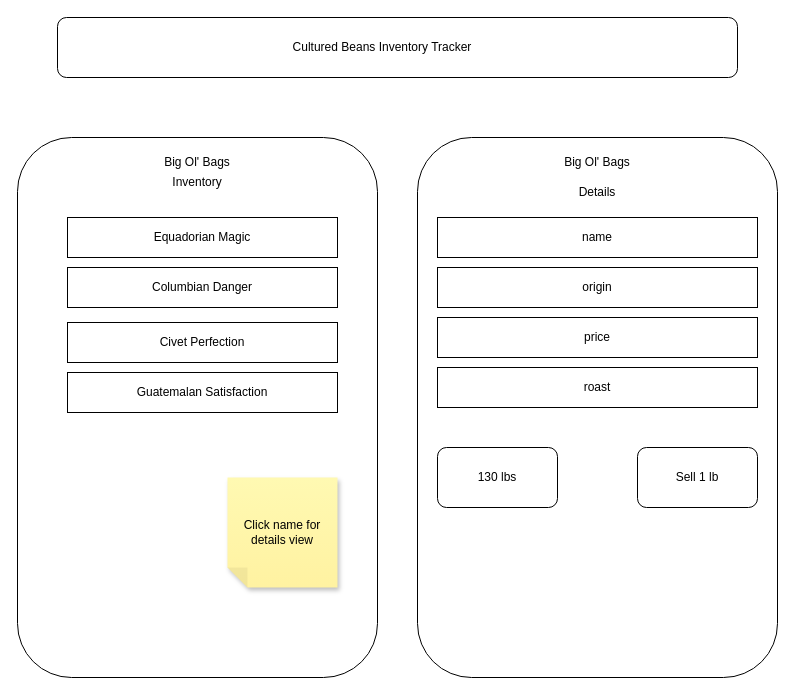
Above: src/culturedBeans.drawio in John-Dig/culturedbeans (draw.io), before the change. Source tidied: cells renumbered, new cells numbered last; positions are measured from the earlier drawing's top-left corner, leaving out a move shared by most shapes. Both pictures are drawn from the tidied source at 100%, with x=0, y=0 at pixel (17, 17).
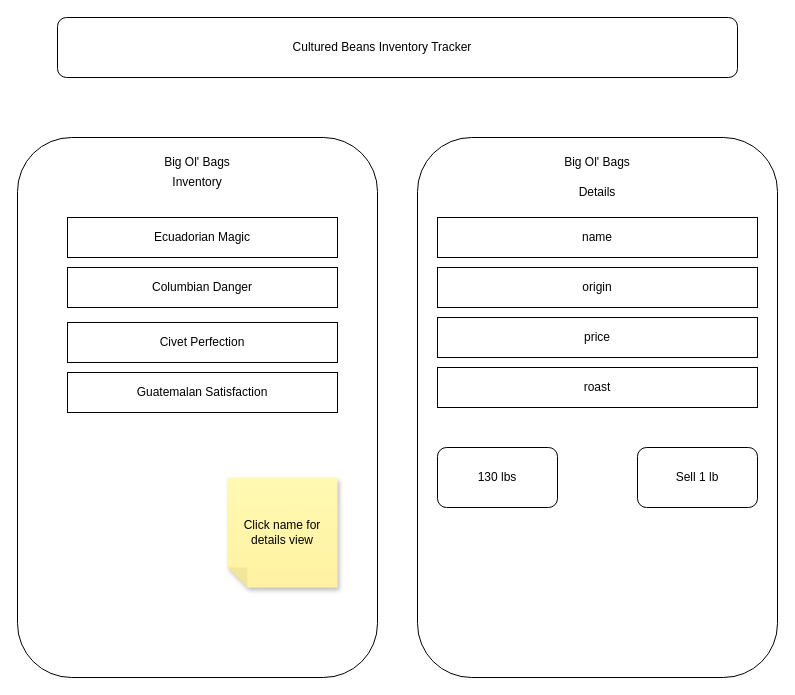
The same diagram, later.

Change to the diagram source:
```diff
@@
-    <mxCell id="18" value="Equadorian Magic" style="rounded=0;whiteSpace=wrap;html=1;" parent="1" vertex="1">
+    <mxCell id="18" value="Ecuadorian Magic" style="rounded=0;whiteSpace=wrap;html=1;" parent="1" vertex="1">
       <mxGeometry x="50" y="200" width="270" height="40" as="geometry" />
     </mxCell>
```
